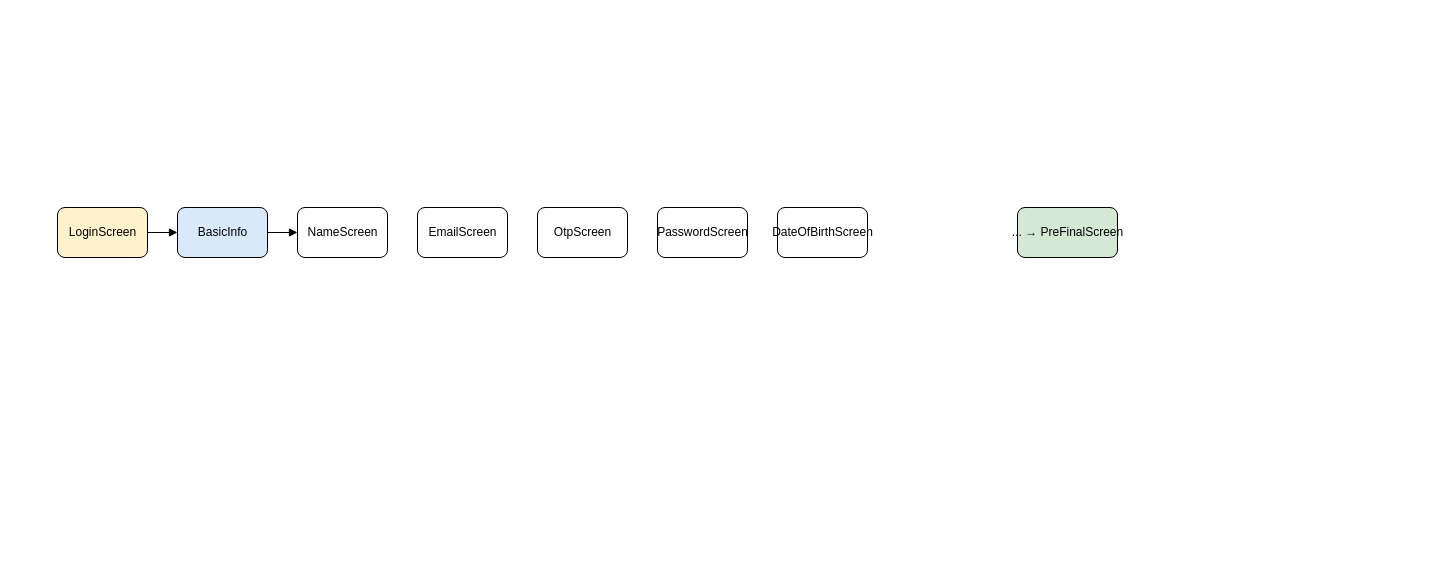
Earlier version of the draw.io diagram .drawio/Hinge-OnboardingFlow.drawio (ritikdevelop/hinge). Source tidied: cells renumbered, new cells numbered last; positions are measured from the earlier drawing's top-left corner, leaving out a move shared by most shapes. Both pictures are drawn from the tidied source at 100%, with x=0, y=0 at pixel (57, 207).
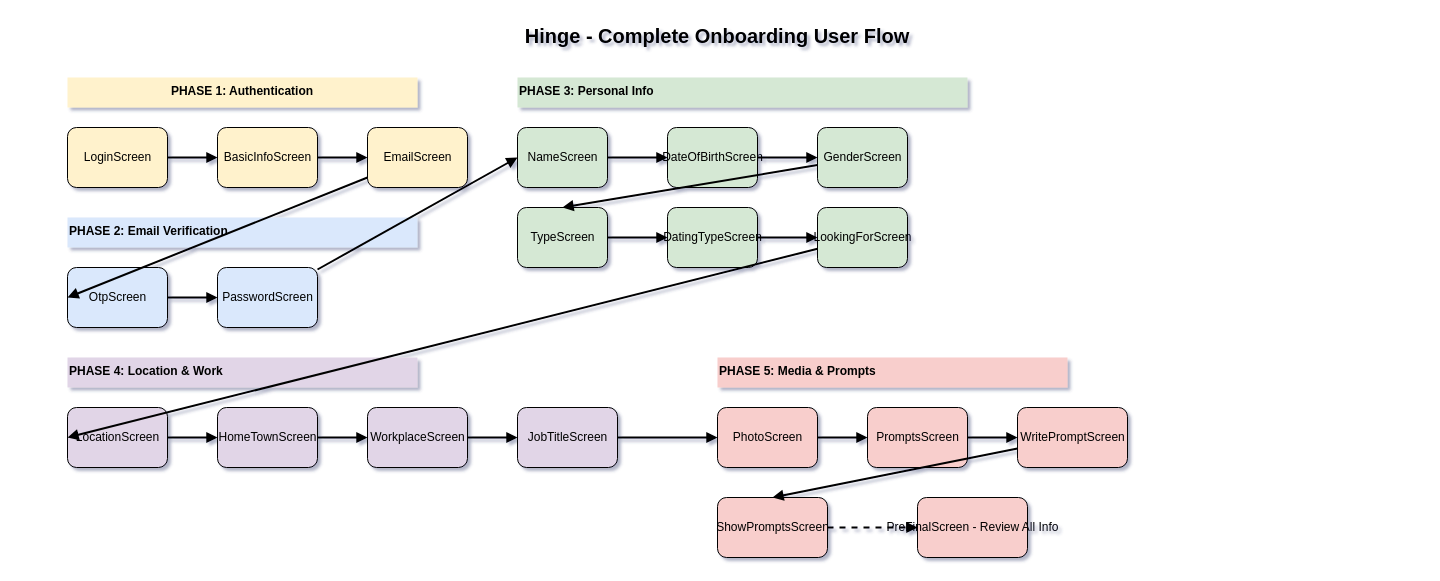
The same diagram, later.

Commit message (it also covers changes not shown here):
Refactor and enhance diagrams for Hinge project

What changed in the source:
```diff
@@
-<mxGraphModel>
+<mxGraphModel shadow="1">
@@
+    <mxCell id="12" value="Hinge - Complete Onboarding User Flow" style="text;fontSize=20;fontStyle=1;align=center;verticalAlign=top;" parent="1" vertex="1">
+      <mxGeometry x="-40" y="-190" width="1400" height="40" as="geometry" />
+    </mxCell>
+    <mxCell id="13" value="PHASE 1: Authentication" style="text;align=center;fontSize=12;fontStyle=1;fillColor=#fff2cc;" parent="1" vertex="1">
+      <mxGeometry x="10" y="-130" width="350" height="30" as="geometry" />
+    </mxCell>
     <mxCell id="2" value="LoginScreen" style="rounded=1;html=1;fillColor=#fff2cc;" parent="1" vertex="1">
-      <mxGeometry width="90" height="50" as="geometry" />
+      <mxGeometry x="10" y="-80" width="100" height="60" as="geometry" />
     </mxCell>
-    <mxCell id="3" value="BasicInfo" style="rounded=1;html=1;fillColor=#dae8fc;" parent="1" vertex="1">
-      <mxGeometry x="120" width="90" height="50" as="geometry" />
+    <mxCell id="3" value="BasicInfoScreen" style="rounded=1;html=1;fillColor=#fff2cc;" parent="1" vertex="1">
+      <mxGeometry x="160" y="-80" width="100" height="60" as="geometry" />
     </mxCell>
-    <mxCell id="4" value="NameScreen" style="rounded=1;html=1;" parent="1" vertex="1">
-      <mxGeometry x="240" width="90" height="50" as="geometry" />
-    </mxCell>
-    <mxCell id="5" value="EmailScreen" style="rounded=1;html=1;" parent="1" vertex="1">
-      <mxGeometry x="360" width="90" height="50" as="geometry" />
+    <mxCell id="5" value="EmailScreen" style="rounded=1;html=1;fillColor=#fff2cc;" parent="1" vertex="1">
+      <mxGeometry x="310" y="-80" width="100" height="60" as="geometry" />
     </mxCell>
+    <mxCell id="14" value="PHASE 2: Email Verification" style="text;fontSize=12;fontStyle=1;fillColor=#dae8fc;" parent="1" vertex="1">
+      <mxGeometry x="10" y="10" width="350" height="30" as="geometry" />
+    </mxCell>
-    <mxCell id="6" value="OtpScreen" style="rounded=1;html=1;" parent="1" vertex="1">
-      <mxGeometry x="480" width="90" height="50" as="geometry" />
+    <mxCell id="6" value="OtpScreen" style="rounded=1;html=1;fillColor=#dae8fc;" parent="1" vertex="1">
+      <mxGeometry x="10" y="60" width="100" height="60" as="geometry" />
     </mxCell>
-    <mxCell id="7" value="PasswordScreen" style="rounded=1;html=1;" parent="1" vertex="1">
-      <mxGeometry x="600" width="90" height="50" as="geometry" />
+    <mxCell id="7" value="PasswordScreen" style="rounded=1;html=1;fillColor=#dae8fc;" parent="1" vertex="1">
+      <mxGeometry x="160" y="60" width="100" height="60" as="geometry" />
     </mxCell>
+    <mxCell id="15" value="PHASE 3: Personal Info" style="text;fontSize=12;fontStyle=1;fillColor=#d5e8d4;" parent="1" vertex="1">
+      <mxGeometry x="460" y="-130" width="450" height="30" as="geometry" />
+    </mxCell>
+    <mxCell id="4" value="NameScreen" style="rounded=1;html=1;fillColor=#d5e8d4;" parent="1" vertex="1">
+      <mxGeometry x="460" y="-80" width="90" height="60" as="geometry" />
+    </mxCell>
-    <mxCell id="8" value="DateOfBirthScreen" style="rounded=1;html=1;" parent="1" vertex="1">
-      <mxGeometry x="720" width="90" height="50" as="geometry" />
+    <mxCell id="8" value="DateOfBirthScreen" style="rounded=1;html=1;fillColor=#d5e8d4;" parent="1" vertex="1">
+      <mxGeometry x="610" y="-80" width="90" height="60" as="geometry" />
     </mxCell>
+    <mxCell id="16" value="GenderScreen" style="rounded=1;html=1;fillColor=#d5e8d4;" parent="1" vertex="1">
+      <mxGeometry x="760" y="-80" width="90" height="60" as="geometry" />
+    </mxCell>
+    <mxCell id="17" value="TypeScreen" style="rounded=1;html=1;fillColor=#d5e8d4;" parent="1" vertex="1">
+      <mxGeometry x="460" width="90" height="60" as="geometry" />
+    </mxCell>
+    <mxCell id="18" value="DatingTypeScreen" style="rounded=1;html=1;fillColor=#d5e8d4;" parent="1" vertex="1">
+      <mxGeometry x="610" width="90" height="60" as="geometry" />
+    </mxCell>
+    <mxCell id="19" value="LookingForScreen" style="rounded=1;html=1;fillColor=#d5e8d4;" parent="1" vertex="1">
+      <mxGeometry x="760" width="90" height="60" as="geometry" />
+    </mxCell>
+    <mxCell id="20" value="PHASE 4: Location &amp; Work" style="text;fontSize=12;fontStyle=1;fillColor=#e1d5e7;" parent="1" vertex="1">
+      <mxGeometry x="10" y="150" width="350" height="30" as="geometry" />
+    </mxCell>
+    <mxCell id="21" value="LocationScreen" style="rounded=1;html=1;fillColor=#e1d5e7;" parent="1" vertex="1">
+      <mxGeometry x="10" y="200" width="100" height="60" as="geometry" />
+    </mxCell>
+    <mxCell id="22" value="HomeTownScreen" style="rounded=1;html=1;fillColor=#e1d5e7;" parent="1" vertex="1">
+      <mxGeometry x="160" y="200" width="100" height="60" as="geometry" />
+    </mxCell>
+    <mxCell id="23" value="WorkplaceScreen" style="rounded=1;html=1;fillColor=#e1d5e7;" parent="1" vertex="1">
+      <mxGeometry x="310" y="200" width="100" height="60" as="geometry" />
+    </mxCell>
+    <mxCell id="24" value="JobTitleScreen" style="rounded=1;html=1;fillColor=#e1d5e7;" parent="1" vertex="1">
+      <mxGeometry x="460" y="200" width="100" height="60" as="geometry" />
+    </mxCell>
+    <mxCell id="25" value="PHASE 5: Media &amp; Prompts" style="text;fontSize=12;fontStyle=1;fillColor=#f8cecc;" parent="1" vertex="1">
+      <mxGeometry x="660" y="150" width="350" height="30" as="geometry" />
+    </mxCell>
+    <mxCell id="26" value="PhotoScreen" style="rounded=1;html=1;fillColor=#f8cecc;" parent="1" vertex="1">
+      <mxGeometry x="660" y="200" width="100" height="60" as="geometry" />
+    </mxCell>
+    <mxCell id="27" value="PromptsScreen" style="rounded=1;html=1;fillColor=#f8cecc;" parent="1" vertex="1">
+      <mxGeometry x="810" y="200" width="100" height="60" as="geometry" />
+    </mxCell>
+    <mxCell id="28" value="WritePromptScreen" style="rounded=1;html=1;fillColor=#f8cecc;" parent="1" vertex="1">
+      <mxGeometry x="960" y="200" width="110" height="60" as="geometry" />
+    </mxCell>
+    <mxCell id="29" value="ShowPromptsScreen" style="rounded=1;html=1;fillColor=#f8cecc;" parent="1" vertex="1">
+      <mxGeometry x="660" y="290" width="110" height="60" as="geometry" />
+    </mxCell>
-    <mxCell id="9" value="... → PreFinalScreen" style="rounded=1;html=1;fillColor=#d5e8d4;" parent="1" vertex="1">
-      <mxGeometry x="960" width="100" height="50" as="geometry" />
+    <mxCell id="9" value="PreFinalScreen - Review All Info" style="rounded=1;html=1;fillColor=#f8cecc;" parent="1" vertex="1">
+      <mxGeometry x="860" y="290" width="110" height="60" as="geometry" />
     </mxCell>
-    <mxCell id="10" style="endArrow=block;html=1;" parent="1" edge="1" source="2" target="3">
+    <mxCell id="10" style="endArrow=block;html=1;strokeWidth=2;" parent="1" edge="1" source="2" target="3">
       <mxGeometry relative="1" as="geometry" />
     </mxCell>
-    <mxCell id="11" style="endArrow=block;html=1;" parent="1" edge="1" source="3" target="4">
-      <mxGeometry relative="1" as="geometry" />
-    </mxCell>
+    <mxCell id="30" style="endArrow=block;html=1;strokeWidth=2;" parent="1" edge="1" source="3" target="5">
+      <mxGeometry relative="1" as="geometry" />
+    </mxCell>
+    <mxCell id="31" style="endArrow=block;html=1;strokeWidth=2;entryX=0;entryY=0.5;" parent="1" edge="1" source="5" target="6">
+      <mxGeometry relative="1" as="geometry" />
+    </mxCell>
+    <mxCell id="32" style="endArrow=block;html=1;strokeWidth=2;" parent="1" edge="1" source="6" target="7">
+      <mxGeometry relative="1" as="geometry" />
+    </mxCell>
+    <mxCell id="33" style="endArrow=block;html=1;strokeWidth=2;entryX=0;entryY=0.5;" parent="1" edge="1" source="7" target="4">
+      <mxGeometry relative="1" as="geometry" />
+    </mxCell>
+    <mxCell id="34" style="endArrow=block;html=1;strokeWidth=2;" parent="1" edge="1" source="4" target="8">
+      <mxGeometry relative="1" as="geometry" />
+    </mxCell>
+    <mxCell id="35" style="endArrow=block;html=1;strokeWidth=2;" parent="1" edge="1" source="8" target="16">
+      <mxGeometry relative="1" as="geometry" />
+    </mxCell>
+    <mxCell id="36" style="endArrow=block;html=1;strokeWidth=2;entryX=0.5;entryY=0;" parent="1" edge="1" source="16" target="17">
+      <mxGeometry relative="1" as="geometry" />
+    </mxCell>
+    <mxCell id="37" style="endArrow=block;html=1;strokeWidth=2;" parent="1" edge="1" source="17" target="18">
+      <mxGeometry relative="1" as="geometry" />
+    </mxCell>
+    <mxCell id="38" style="endArrow=block;html=1;strokeWidth=2;" parent="1" edge="1" source="18" target="19">
+      <mxGeometry relative="1" as="geometry" />
+    </mxCell>
+    <mxCell id="39" style="endArrow=block;html=1;strokeWidth=2;entryX=0;entryY=0.5;" parent="1" edge="1" source="19" target="21">
+      <mxGeometry relative="1" as="geometry" />
+    </mxCell>
+    <mxCell id="40" style="endArrow=block;html=1;strokeWidth=2;" parent="1" edge="1" source="21" target="22">
+      <mxGeometry relative="1" as="geometry" />
+    </mxCell>
+    <mxCell id="41" style="endArrow=block;html=1;strokeWidth=2;" parent="1" edge="1" source="22" target="23">
+      <mxGeometry relative="1" as="geometry" />
+    </mxCell>
+    <mxCell id="42" style="endArrow=block;html=1;strokeWidth=2;" parent="1" edge="1" source="23" target="24">
+      <mxGeometry relative="1" as="geometry" />
+    </mxCell>
+    <mxCell id="43" style="endArrow=block;html=1;strokeWidth=2;entryX=0;entryY=0.5;" parent="1" edge="1" source="24" target="26">
+      <mxGeometry relative="1" as="geometry" />
+    </mxCell>
+    <mxCell id="44" style="endArrow=block;html=1;strokeWidth=2;" parent="1" edge="1" source="26" target="27">
+      <mxGeometry relative="1" as="geometry" />
+    </mxCell>
+    <mxCell id="45" style="endArrow=block;html=1;strokeWidth=2;" parent="1" edge="1" source="27" target="28">
+      <mxGeometry relative="1" as="geometry" />
+    </mxCell>
+    <mxCell id="46" style="endArrow=block;html=1;strokeWidth=2;entryX=0.5;entryY=0;" parent="1" edge="1" source="28" target="29">
+      <mxGeometry relative="1" as="geometry" />
+    </mxCell>
+    <mxCell id="47" style="endArrow=block;html=1;strokeWidth=2;dashed=1;" parent="1" edge="1" source="29" target="9">
+      <mxGeometry relative="1" as="geometry" />
+    </mxCell>
+    <mxCell id="48" value="Flow Summary: User starts with credentials → Personal details → Preferences → Location → Media/Prompts → Review → Access Main App" style="text;fontSize=11;align=left;" parent="1">
+      <mxGeometry x="10" y="400" width="1050" height="40" as="geometry" />
+    </mxCell>
```
